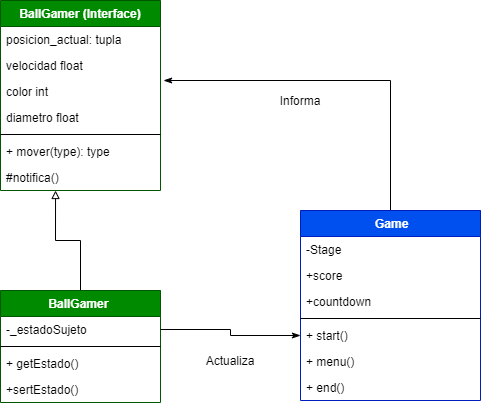
Before: imagenes/DiagramaClasesJuegoPython-Mediador.png, a diagram exported from draw.io (eddacamila/Juego_PatronesDiseno). Source tidied: cells renumbered, new cells last; positions are measured from the earlier drawing's top-left corner, leaving out a move shared by most shapes. Source of this version:
```xml
<mxGraphModel>
  <root>
    <mxCell id="0" />
    <mxCell id="1" parent="0" />
    <mxCell id="2" style="edgeStyle=orthogonalEdgeStyle;rounded=0;jettySize=auto;html=1;exitX=0.5;exitY=0;exitDx=0;exitDy=0;entryX=0.344;entryY=1;entryDx=0;entryDy=0;entryPerimeter=0;startArrow=none;startFill=0;endArrow=block;endFill=0;" parent="1" edge="1" source="11" target="10">
      <mxGeometry relative="1" as="geometry" />
    </mxCell>
    <mxCell id="3" value="BallGamer (Interface)" style="swimlane;fontStyle=1;align=center;verticalAlign=top;horizontal=1;startSize=26;fillColor=#008a00;strokeColor=#005700;fontColor=#ffffff;" parent="1" vertex="1">
      <mxGeometry width="160" height="190" as="geometry" />
    </mxCell>
    <mxCell id="4" value="posicion_actual: tupla" style="text;strokeColor=none;fillColor=none;align=left;verticalAlign=top;spacingLeft=4;spacingRight=4;overflow=hidden;" parent="3" vertex="1">
      <mxGeometry y="26" width="160" height="26" as="geometry" />
    </mxCell>
    <mxCell id="5" value="velocidad float" style="text;strokeColor=none;fillColor=none;align=left;verticalAlign=top;spacingLeft=4;spacingRight=4;overflow=hidden;" parent="3" vertex="1">
      <mxGeometry y="52" width="160" height="26" as="geometry" />
    </mxCell>
    <mxCell id="6" value="color int" style="text;strokeColor=none;fillColor=none;align=left;verticalAlign=top;spacingLeft=4;spacingRight=4;overflow=hidden;points=[[0,0.5],[1,0.5]];portConstraint=eastwest;" parent="3" vertex="1">
      <mxGeometry y="78" width="160" height="26" as="geometry" />
    </mxCell>
    <mxCell id="7" value="diametro float" style="text;strokeColor=none;fillColor=none;align=left;verticalAlign=top;spacingLeft=4;spacingRight=4;overflow=hidden;" parent="3" vertex="1">
      <mxGeometry y="104" width="160" height="26" as="geometry" />
    </mxCell>
    <mxCell id="8" style="line;strokeWidth=1;fillColor=none;align=left;verticalAlign=middle;spacingTop=-1;spacingLeft=3;spacingRight=3;labelPosition=right;" parent="3" vertex="1">
      <mxGeometry y="130" width="160" height="8" as="geometry" />
    </mxCell>
    <mxCell id="9" value="+ mover(type): type" style="text;strokeColor=none;fillColor=none;align=left;verticalAlign=top;spacingLeft=4;spacingRight=4;overflow=hidden;" parent="3" vertex="1">
      <mxGeometry y="138" width="160" height="26" as="geometry" />
    </mxCell>
    <mxCell id="10" value="#notifica()" style="text;strokeColor=none;fillColor=none;align=left;verticalAlign=top;spacingLeft=4;spacingRight=4;overflow=hidden;points=[[0,0.5],[1,0.5]];portConstraint=eastwest;" parent="3" vertex="1">
      <mxGeometry y="164" width="160" height="26" as="geometry" />
    </mxCell>
    <mxCell id="11" value="BallGamer " style="swimlane;fontStyle=1;align=center;verticalAlign=top;horizontal=1;startSize=26;fillColor=#008a00;strokeColor=#005700;fontColor=#ffffff;" parent="1" vertex="1">
      <mxGeometry y="290" width="160" height="112" as="geometry" />
    </mxCell>
    <mxCell id="12" value="-_estadoSujeto" style="text;strokeColor=none;fillColor=none;align=left;verticalAlign=top;spacingLeft=4;spacingRight=4;overflow=hidden;points=[[0,0.5],[1,0.5]];portConstraint=eastwest;" parent="11" vertex="1">
      <mxGeometry y="26" width="160" height="26" as="geometry" />
    </mxCell>
    <mxCell id="13" style="line;strokeWidth=1;fillColor=none;align=left;verticalAlign=middle;spacingTop=-1;spacingLeft=3;spacingRight=3;labelPosition=right;" parent="11" vertex="1">
      <mxGeometry y="52" width="160" height="8" as="geometry" />
    </mxCell>
    <mxCell id="14" value="+ getEstado()" style="text;strokeColor=none;fillColor=none;align=left;verticalAlign=top;spacingLeft=4;spacingRight=4;overflow=hidden;" parent="11" vertex="1">
      <mxGeometry y="60" width="160" height="26" as="geometry" />
    </mxCell>
    <mxCell id="15" value="+sertEstado()" style="text;strokeColor=none;fillColor=none;align=left;verticalAlign=top;spacingLeft=4;spacingRight=4;overflow=hidden;" parent="11" vertex="1">
      <mxGeometry y="86" width="160" height="26" as="geometry" />
    </mxCell>
    <mxCell id="16" style="edgeStyle=orthogonalEdgeStyle;rounded=0;jettySize=auto;html=1;entryX=1.019;entryY=0.077;entryDx=0;entryDy=0;entryPerimeter=0;startArrow=none;startFill=0;endArrow=classicThin;endFill=1;" parent="1" edge="1" source="17" target="6">
      <mxGeometry relative="1" as="geometry" />
    </mxCell>
    <mxCell id="17" value=" Game" style="swimlane;fontStyle=1;align=center;verticalAlign=top;horizontal=1;startSize=26;fillColor=#0050ef;strokeColor=#001DBC;fontColor=#ffffff;" parent="1" vertex="1">
      <mxGeometry x="300" y="210" width="180" height="190" as="geometry" />
    </mxCell>
    <mxCell id="18" value="-Stage" style="text;strokeColor=none;fillColor=none;align=left;verticalAlign=top;spacingLeft=4;spacingRight=4;overflow=hidden;" parent="17" vertex="1">
      <mxGeometry y="26" width="180" height="26" as="geometry" />
    </mxCell>
    <mxCell id="19" value="+score" style="text;strokeColor=none;fillColor=none;align=left;verticalAlign=top;spacingLeft=4;spacingRight=4;overflow=hidden;" parent="17" vertex="1">
      <mxGeometry y="52" width="180" height="26" as="geometry" />
    </mxCell>
    <mxCell id="20" value="+countdown" style="text;strokeColor=none;fillColor=none;align=left;verticalAlign=top;spacingLeft=4;spacingRight=4;overflow=hidden;" parent="17" vertex="1">
      <mxGeometry y="78" width="180" height="26" as="geometry" />
    </mxCell>
    <mxCell id="21" style="line;strokeWidth=1;fillColor=none;align=left;verticalAlign=middle;spacingTop=-1;spacingLeft=3;spacingRight=3;labelPosition=right;" parent="17" vertex="1">
      <mxGeometry y="104" width="180" height="8" as="geometry" />
    </mxCell>
    <mxCell id="22" value="+ start()" style="text;strokeColor=none;fillColor=none;align=left;verticalAlign=top;spacingLeft=4;spacingRight=4;overflow=hidden;points=[[0,0.5],[1,0.5]];portConstraint=eastwest;" parent="17" vertex="1">
      <mxGeometry y="112" width="180" height="26" as="geometry" />
    </mxCell>
    <mxCell id="23" value="+ menu()" style="text;strokeColor=none;fillColor=none;align=left;verticalAlign=top;spacingLeft=4;spacingRight=4;overflow=hidden;" parent="17" vertex="1">
      <mxGeometry y="138" width="180" height="26" as="geometry" />
    </mxCell>
    <mxCell id="24" value="+ end()" style="text;strokeColor=none;fillColor=none;align=left;verticalAlign=top;spacingLeft=4;spacingRight=4;overflow=hidden;" parent="17" vertex="1">
      <mxGeometry y="164" width="180" height="26" as="geometry" />
    </mxCell>
    <mxCell id="25" style="edgeStyle=orthogonalEdgeStyle;rounded=0;jettySize=auto;html=1;entryX=1;entryY=0.5;entryDx=0;entryDy=0;startArrow=classicThin;startFill=1;endArrow=none;endFill=0;" parent="1" edge="1" source="22" target="12">
      <mxGeometry relative="1" as="geometry" />
    </mxCell>
    <mxCell id="26" value="Informa" style="text;html=1;strokeColor=none;fillColor=none;align=center;verticalAlign=middle;whiteSpace=wrap;rounded=0;" parent="1" vertex="1">
      <mxGeometry x="280" y="90" width="40" height="20" as="geometry" />
    </mxCell>
    <mxCell id="27" value="Actualiza" style="text;html=1;strokeColor=none;fillColor=none;align=center;verticalAlign=middle;whiteSpace=wrap;rounded=0;" parent="1" vertex="1">
      <mxGeometry x="210" y="350" width="40" height="20" as="geometry" />
    </mxCell>
  </root>
</mxGraphModel>
```
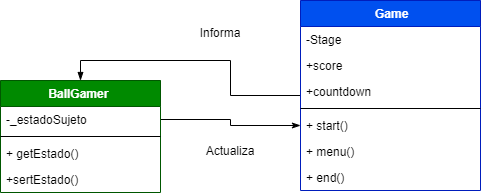
The same diagram one commit later.

The edit, as a diff of the source:
```diff
@@ -2,33 +2,18 @@
   <root>
     <mxCell id="0" />
     <mxCell id="1" parent="0" />
-    <mxCell id="2" style="edgeStyle=orthogonalEdgeStyle;rounded=0;jettySize=auto;html=1;exitX=0.5;exitY=0;exitDx=0;exitDy=0;entryX=0.344;entryY=1;entryDx=0;entryDy=0;entryPerimeter=0;startArrow=none;startFill=0;endArrow=block;endFill=0;" parent="1" edge="1" source="11" target="10">
-      <mxGeometry relative="1" as="geometry" />
-    </mxCell>
-    <mxCell id="3" value="BallGamer (Interface)" style="swimlane;fontStyle=1;align=center;verticalAlign=top;horizontal=1;startSize=26;fillColor=#008a00;strokeColor=#005700;fontColor=#ffffff;" parent="1" vertex="1">
-      <mxGeometry width="160" height="190" as="geometry" />
-    </mxCell>
-    <mxCell id="4" value="posicion_actual: tupla" style="text;strokeColor=none;fillColor=none;align=left;verticalAlign=top;spacingLeft=4;spacingRight=4;overflow=hidden;" parent="3" vertex="1">
-      <mxGeometry y="26" width="160" height="26" as="geometry" />
-    </mxCell>
-    <mxCell id="5" value="velocidad float" style="text;strokeColor=none;fillColor=none;align=left;verticalAlign=top;spacingLeft=4;spacingRight=4;overflow=hidden;" parent="3" vertex="1">
-      <mxGeometry y="52" width="160" height="26" as="geometry" />
-    </mxCell>
-    <mxCell id="6" value="color int" style="text;strokeColor=none;fillColor=none;align=left;verticalAlign=top;spacingLeft=4;spacingRight=4;overflow=hidden;points=[[0,0.5],[1,0.5]];portConstraint=eastwest;" parent="3" vertex="1">
-      <mxGeometry y="78" width="160" height="26" as="geometry" />
-    </mxCell>
-    <mxCell id="7" value="diametro float" style="text;strokeColor=none;fillColor=none;align=left;verticalAlign=top;spacingLeft=4;spacingRight=4;overflow=hidden;" parent="3" vertex="1">
-      <mxGeometry y="104" width="160" height="26" as="geometry" />
-    </mxCell>
-    <mxCell id="8" style="line;strokeWidth=1;fillColor=none;align=left;verticalAlign=middle;spacingTop=-1;spacingLeft=3;spacingRight=3;labelPosition=right;" parent="3" vertex="1">
-      <mxGeometry y="130" width="160" height="8" as="geometry" />
-    </mxCell>
-    <mxCell id="9" value="+ mover(type): type" style="text;strokeColor=none;fillColor=none;align=left;verticalAlign=top;spacingLeft=4;spacingRight=4;overflow=hidden;" parent="3" vertex="1">
-      <mxGeometry y="138" width="160" height="26" as="geometry" />
-    </mxCell>
-    <mxCell id="10" value="#notifica()" style="text;strokeColor=none;fillColor=none;align=left;verticalAlign=top;spacingLeft=4;spacingRight=4;overflow=hidden;points=[[0,0.5],[1,0.5]];portConstraint=eastwest;" parent="3" vertex="1">
-      <mxGeometry y="164" width="160" height="26" as="geometry" />
-    </mxCell>
+    <mxCell id="28" style="edgeStyle=orthogonalEdgeStyle;rounded=0;jettySize=auto;html=1;entryX=0.5;entryY=0;entryDx=0;entryDy=0;startArrow=none;startFill=0;endArrow=blockThin;endFill=1;" parent="1" edge="1" source="17" target="11">
+      <mxGeometry relative="1" as="geometry" />
+    </mxCell>
+    <mxCell id="25" style="edgeStyle=orthogonalEdgeStyle;rounded=0;jettySize=auto;html=1;entryX=1;entryY=0.5;entryDx=0;entryDy=0;startArrow=classicThin;startFill=1;endArrow=none;endFill=0;" parent="1" edge="1" source="22" target="12">
+      <mxGeometry relative="1" as="geometry" />
+    </mxCell>
+    <mxCell id="26" value="Informa" style="text;html=1;strokeColor=none;fillColor=none;align=center;verticalAlign=middle;whiteSpace=wrap;rounded=0;" parent="1" vertex="1">
+      <mxGeometry x="200" y="232" width="40" height="20" as="geometry" />
+    </mxCell>
+    <mxCell id="27" value="Actualiza" style="text;html=1;strokeColor=none;fillColor=none;align=center;verticalAlign=middle;whiteSpace=wrap;rounded=0;" parent="1" vertex="1">
+      <mxGeometry x="210" y="350" width="40" height="20" as="geometry" />
+    </mxCell>
     <mxCell id="11" value="BallGamer " style="swimlane;fontStyle=1;align=center;verticalAlign=top;horizontal=1;startSize=26;fillColor=#008a00;strokeColor=#005700;fontColor=#ffffff;" parent="1" vertex="1">
       <mxGeometry y="290" width="160" height="112" as="geometry" />
     </mxCell>
@@ -44,9 +29,6 @@
     <mxCell id="15" value="+sertEstado()" style="text;strokeColor=none;fillColor=none;align=left;verticalAlign=top;spacingLeft=4;spacingRight=4;overflow=hidden;" parent="11" vertex="1">
       <mxGeometry y="86" width="160" height="26" as="geometry" />
     </mxCell>
-    <mxCell id="16" style="edgeStyle=orthogonalEdgeStyle;rounded=0;jettySize=auto;html=1;entryX=1.019;entryY=0.077;entryDx=0;entryDy=0;entryPerimeter=0;startArrow=none;startFill=0;endArrow=classicThin;endFill=1;" parent="1" edge="1" source="17" target="6">
-      <mxGeometry relative="1" as="geometry" />
-    </mxCell>
     <mxCell id="17" value=" Game" style="swimlane;fontStyle=1;align=center;verticalAlign=top;horizontal=1;startSize=26;fillColor=#0050ef;strokeColor=#001DBC;fontColor=#ffffff;" parent="1" vertex="1">
       <mxGeometry x="300" y="210" width="180" height="190" as="geometry" />
     </mxCell>
@@ -71,14 +53,5 @@
     <mxCell id="24" value="+ end()" style="text;strokeColor=none;fillColor=none;align=left;verticalAlign=top;spacingLeft=4;spacingRight=4;overflow=hidden;" parent="17" vertex="1">
       <mxGeometry y="164" width="180" height="26" as="geometry" />
     </mxCell>
-    <mxCell id="25" style="edgeStyle=orthogonalEdgeStyle;rounded=0;jettySize=auto;html=1;entryX=1;entryY=0.5;entryDx=0;entryDy=0;startArrow=classicThin;startFill=1;endArrow=none;endFill=0;" parent="1" edge="1" source="22" target="12">
-      <mxGeometry relative="1" as="geometry" />
-    </mxCell>
-    <mxCell id="26" value="Informa" style="text;html=1;strokeColor=none;fillColor=none;align=center;verticalAlign=middle;whiteSpace=wrap;rounded=0;" parent="1" vertex="1">
-      <mxGeometry x="280" y="90" width="40" height="20" as="geometry" />
-    </mxCell>
-    <mxCell id="27" value="Actualiza" style="text;html=1;strokeColor=none;fillColor=none;align=center;verticalAlign=middle;whiteSpace=wrap;rounded=0;" parent="1" vertex="1">
-      <mxGeometry x="210" y="350" width="40" height="20" as="geometry" />
-    </mxCell>
   </root>
 </mxGraphModel>
```
